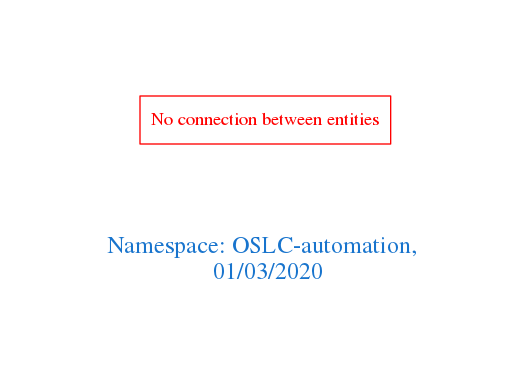
Earlier version of the Graphviz export downloads/OSLC-automation.png (arago/OGIT). Its source is kept beside it as downloads/OSLC-automation.dot.
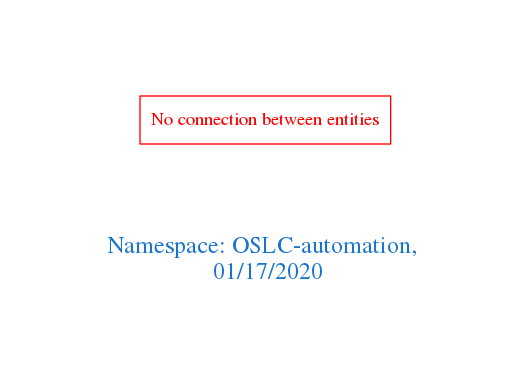
Above is the later version.

Change to the diagram source:
```diff
@@ -1,7 +1,7 @@
 digraph OGIT_ontology {
  graph [ rankdir= LR,pad=1
 fontsize = 18,
-fontcolor= dodgerblue3,label = "\n\n\nNamespace: OSLC-automation, \n 01/03/2020"];
+fontcolor= dodgerblue3,label = "\n\n\nNamespace: OSLC-automation, \n 01/17/2020"];
 node[shape=polygon];
 edge [  color="gray81"];
 
```
